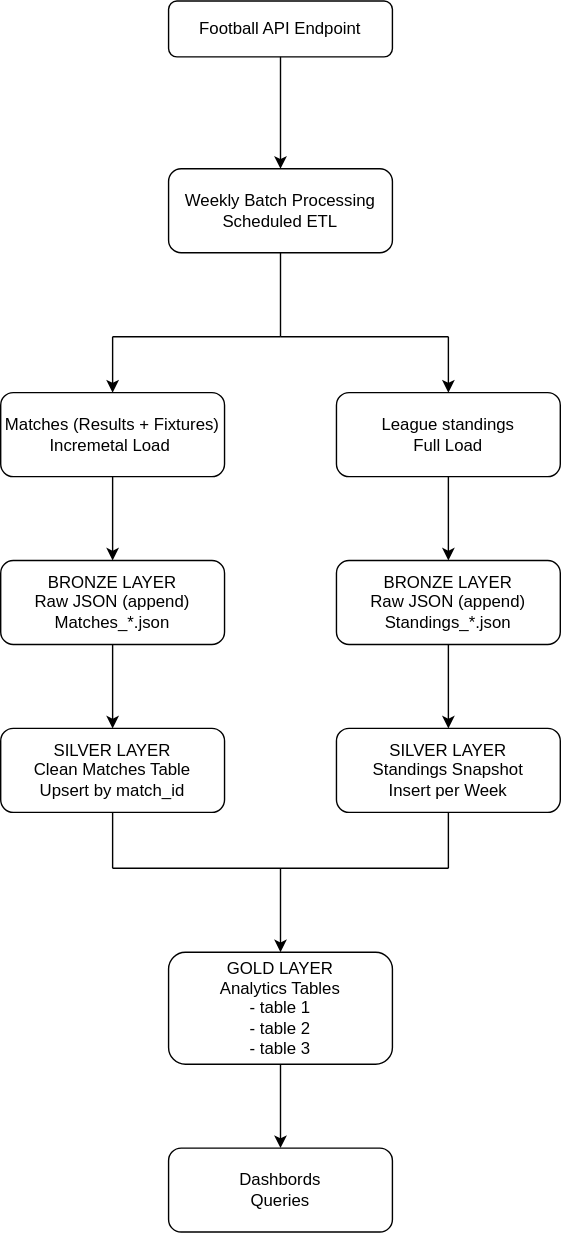
Earlier version of the draw.io export images/etl-diagram.drawio.svg (St9rinsky/Football_stats_ETL). Source tidied: cells renumbered, new cells last; positions are measured from the earlier drawing's top-left corner, leaving out a move shared by most shapes.
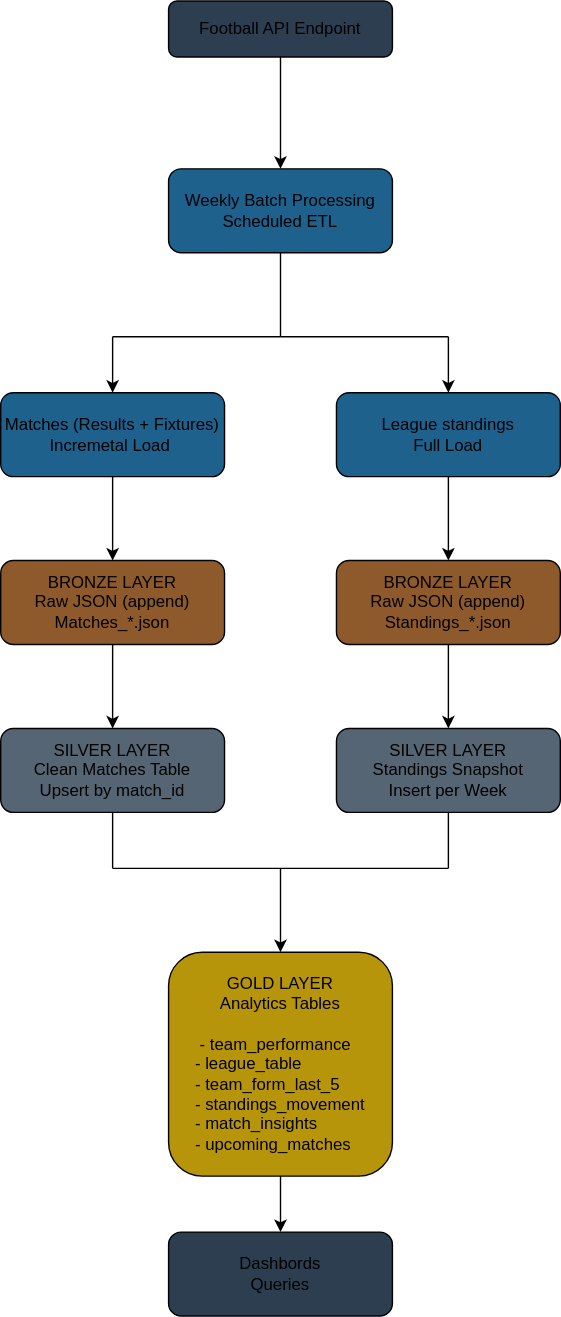
After the commit.

The edit, as a diff of the source:
```diff
@@ -2,7 +2,7 @@
   <root>
     <mxCell id="0" />
     <mxCell id="1" parent="0" />
-    <mxCell id="2" value="Football API Endpoint" style="rounded=1;whiteSpace=wrap;html=1;" parent="1" vertex="1">
+    <mxCell id="2" value="Football API Endpoint" style="rounded=1;whiteSpace=wrap;html=1;fillColor=#2C3E50;" parent="1" vertex="1">
       <mxGeometry x="120" width="160" height="40" as="geometry" />
     </mxCell>
     <mxCell id="3" style="endArrow=classic;html=1;rounded=0;exitX=0.5;exitY=1;exitDx=0;exitDy=0;" parent="1" edge="1" source="2">
@@ -10,7 +10,7 @@
         <mxPoint x="200" y="120" as="targetPoint" />
       </mxGeometry>
     </mxCell>
-    <mxCell id="4" value="Weekly Batch Processing&lt;div&gt;Scheduled ETL&lt;/div&gt;" style="rounded=1;whiteSpace=wrap;html=1;align=center;" parent="1" vertex="1">
+    <mxCell id="4" value="Weekly Batch Processing&lt;div&gt;Scheduled ETL&lt;/div&gt;" style="rounded=1;whiteSpace=wrap;html=1;align=center;fillColor=#1F618D;" parent="1" vertex="1">
       <mxGeometry x="120" y="120" width="160" height="60" as="geometry" />
     </mxCell>
     <mxCell id="5" style="endArrow=none;html=1;rounded=0;" parent="1" edge="1">
@@ -43,10 +43,10 @@
         <mxPoint x="320" y="280" as="targetPoint" />
       </mxGeometry>
     </mxCell>
-    <mxCell id="10" value="Matches (Results + Fixtures)&lt;div&gt;Incremetal Load&amp;nbsp;&lt;/div&gt;" style="rounded=1;whiteSpace=wrap;html=1;align=center;" parent="1" vertex="1">
+    <mxCell id="10" value="Matches (Results + Fixtures)&lt;div&gt;Incremetal Load&amp;nbsp;&lt;/div&gt;" style="rounded=1;whiteSpace=wrap;html=1;align=center;fillColor=#1F618D;" parent="1" vertex="1">
       <mxGeometry y="280" width="160" height="60" as="geometry" />
     </mxCell>
-    <mxCell id="11" value="League standings&lt;div&gt;Full Load&lt;/div&gt;" style="rounded=1;whiteSpace=wrap;html=1;align=center;" parent="1" vertex="1">
+    <mxCell id="11" value="League standings&lt;div&gt;Full Load&lt;/div&gt;" style="rounded=1;whiteSpace=wrap;html=1;align=center;fillColor=#1F618D;" parent="1" vertex="1">
       <mxGeometry x="240" y="280" width="160" height="60" as="geometry" />
     </mxCell>
     <mxCell id="12" style="endArrow=classic;html=1;rounded=0;exitX=0.5;exitY=1;exitDx=0;exitDy=0;" parent="1" edge="1" source="10">
@@ -54,10 +54,10 @@
         <mxPoint x="80" y="400" as="targetPoint" />
       </mxGeometry>
     </mxCell>
-    <mxCell id="13" value="BRONZE LAYER&lt;div&gt;Raw JSON (append)&lt;/div&gt;&lt;div&gt;Matches_*.json&lt;/div&gt;" style="rounded=1;whiteSpace=wrap;html=1;align=center;" parent="1" vertex="1">
+    <mxCell id="13" value="BRONZE LAYER&lt;div&gt;Raw JSON (append)&lt;/div&gt;&lt;div&gt;Matches_*.json&lt;/div&gt;" style="rounded=1;whiteSpace=wrap;html=1;align=center;fillColor=#8E5A2B;" parent="1" vertex="1">
       <mxGeometry y="400" width="160" height="60" as="geometry" />
     </mxCell>
-    <mxCell id="14" value="BRONZE LAYER&lt;div&gt;Raw JSON (append)&lt;/div&gt;&lt;div&gt;Standings_*.json&lt;/div&gt;" style="rounded=1;whiteSpace=wrap;html=1;" parent="1" vertex="1">
+    <mxCell id="14" value="BRONZE LAYER&lt;div&gt;Raw JSON (append)&lt;/div&gt;&lt;div&gt;Standings_*.json&lt;/div&gt;" style="rounded=1;whiteSpace=wrap;html=1;fillColor=#8E5A2B;" parent="1" vertex="1">
       <mxGeometry x="240" y="400" width="160" height="60" as="geometry" />
     </mxCell>
     <mxCell id="15" style="endArrow=classic;html=1;rounded=0;exitX=0.5;exitY=1;exitDx=0;exitDy=0;entryX=0.5;entryY=0;entryDx=0;entryDy=0;" parent="1" edge="1" source="11" target="14">
@@ -73,10 +73,10 @@
         <mxPoint x="320" y="520" as="targetPoint" />
       </mxGeometry>
     </mxCell>
-    <mxCell id="18" value="SILVER LAYER&lt;div&gt;Clean Matches Table&lt;/div&gt;&lt;div&gt;Upsert by match_id&lt;/div&gt;" style="rounded=1;whiteSpace=wrap;html=1;" parent="1" vertex="1">
+    <mxCell id="18" value="SILVER LAYER&lt;div&gt;Clean Matches Table&lt;/div&gt;&lt;div&gt;Upsert by match_id&lt;/div&gt;" style="rounded=1;whiteSpace=wrap;html=1;fillColor=#566573;" parent="1" vertex="1">
       <mxGeometry y="520" width="160" height="60" as="geometry" />
     </mxCell>
-    <mxCell id="19" value="SILVER LAYER&lt;div&gt;Standings Snapshot&lt;/div&gt;&lt;div&gt;Insert per Week&lt;/div&gt;" style="rounded=1;whiteSpace=wrap;html=1;" parent="1" vertex="1">
+    <mxCell id="19" value="SILVER LAYER&lt;div&gt;Standings Snapshot&lt;/div&gt;&lt;div&gt;Insert per Week&lt;/div&gt;" style="rounded=1;whiteSpace=wrap;html=1;fillColor=#566573;" parent="1" vertex="1">
       <mxGeometry x="240" y="520" width="160" height="60" as="geometry" />
     </mxCell>
     <mxCell id="20" style="endArrow=none;html=1;rounded=0;" parent="1" edge="1">
@@ -106,16 +106,16 @@
         </Array>
       </mxGeometry>
     </mxCell>
-    <mxCell id="24" value="GOLD LAYER&lt;div&gt;Analytics Tables&lt;/div&gt;&lt;span style=&quot;background-color: transparent; color: light-dark(rgb(0, 0, 0), rgb(255, 255, 255)); text-align: left;&quot;&gt;- table 1&lt;/span&gt;&lt;br&gt;&lt;span style=&quot;background-color: transparent; color: light-dark(rgb(0, 0, 0), rgb(255, 255, 255)); text-align: left;&quot;&gt;- table 2&lt;/span&gt;&lt;br&gt;&lt;span style=&quot;background-color: transparent; color: light-dark(rgb(0, 0, 0), rgb(255, 255, 255));&quot;&gt;- table 3&lt;/span&gt;" style="rounded=1;whiteSpace=wrap;html=1;" parent="1" vertex="1">
-      <mxGeometry x="120" y="680" width="160" height="80" as="geometry" />
+    <mxCell id="24" value="GOLD LAYER&lt;div&gt;Analytics Tables&lt;/div&gt;&lt;div&gt;&lt;br&gt;&lt;/div&gt;&lt;div style=&quot;text-align: left;&quot;&gt;&lt;span style=&quot;background-color: transparent; color: light-dark(rgb(0, 0, 0), rgb(255, 255, 255));&quot;&gt;&amp;nbsp;- team_performance&lt;/span&gt;&lt;/div&gt;&lt;div style=&quot;text-align: left;&quot;&gt;&lt;span style=&quot;background-color: transparent; color: light-dark(rgb(0, 0, 0), rgb(255, 255, 255));&quot;&gt;- league_table&lt;/span&gt;&lt;/div&gt;&lt;div style=&quot;text-align: left;&quot;&gt;&lt;span style=&quot;background-color: transparent; color: light-dark(rgb(0, 0, 0), rgb(255, 255, 255));&quot;&gt;- team_form_last_5&lt;/span&gt;&lt;/div&gt;&lt;div style=&quot;text-align: left;&quot;&gt;&lt;span style=&quot;background-color: transparent; color: light-dark(rgb(0, 0, 0), rgb(255, 255, 255));&quot;&gt;- standings_movement&lt;/span&gt;&lt;/div&gt;&lt;div style=&quot;text-align: left;&quot;&gt;&lt;span style=&quot;background-color: transparent; color: light-dark(rgb(0, 0, 0), rgb(255, 255, 255));&quot;&gt;- match_insights&lt;/span&gt;&lt;/div&gt;&lt;div style=&quot;text-align: left;&quot;&gt;&lt;span style=&quot;background-color: transparent; color: light-dark(rgb(0, 0, 0), rgb(255, 255, 255));&quot;&gt;- upcoming_matches&lt;/span&gt;&lt;/div&gt;" style="rounded=1;whiteSpace=wrap;html=1;fillColor=#B7950B;" parent="1" vertex="1">
+      <mxGeometry x="120" y="680" width="160" height="160" as="geometry" />
     </mxCell>
     <mxCell id="25" style="endArrow=classic;html=1;rounded=0;exitX=0.5;exitY=1;exitDx=0;exitDy=0;" parent="1" edge="1" source="24">
       <mxGeometry relative="1" as="geometry">
-        <mxPoint x="200" y="820" as="targetPoint" />
+        <mxPoint x="200" y="880" as="targetPoint" />
       </mxGeometry>
     </mxCell>
-    <mxCell id="26" value="Dashbords&lt;div&gt;Queries&lt;/div&gt;" style="rounded=1;whiteSpace=wrap;html=1;align=center;" parent="1" vertex="1">
-      <mxGeometry x="120" y="820" width="160" height="60" as="geometry" />
+    <mxCell id="26" value="Dashbords&lt;div&gt;Queries&lt;/div&gt;" style="rounded=1;whiteSpace=wrap;html=1;align=center;fillColor=#2C3E50;" parent="1" vertex="1">
+      <mxGeometry x="120" y="880" width="160" height="60" as="geometry" />
     </mxCell>
   </root>
 </mxGraphModel>
```
